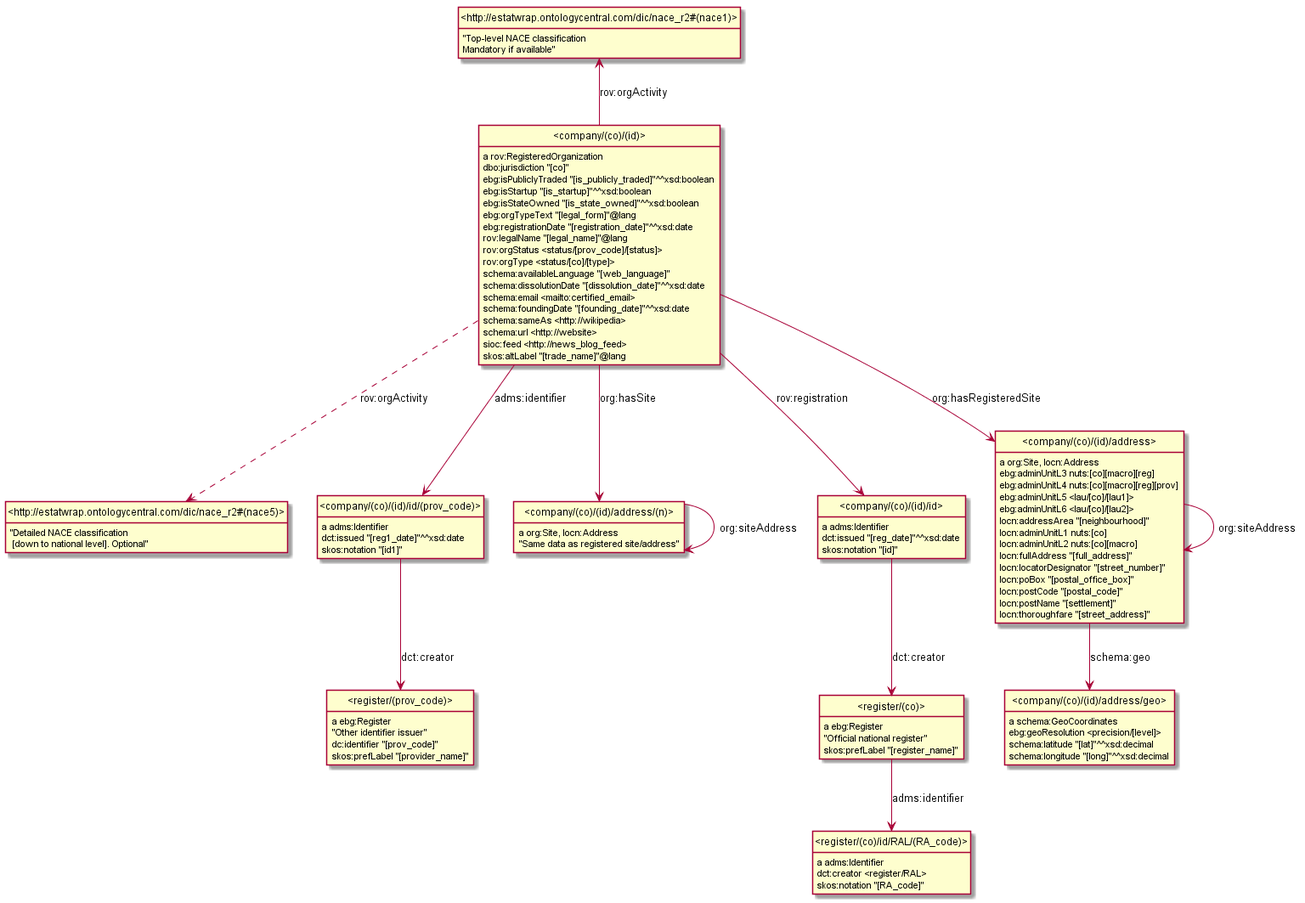
Above: model/company.png in euBusinessGraph/eubg-data (PlantUML), before the change.
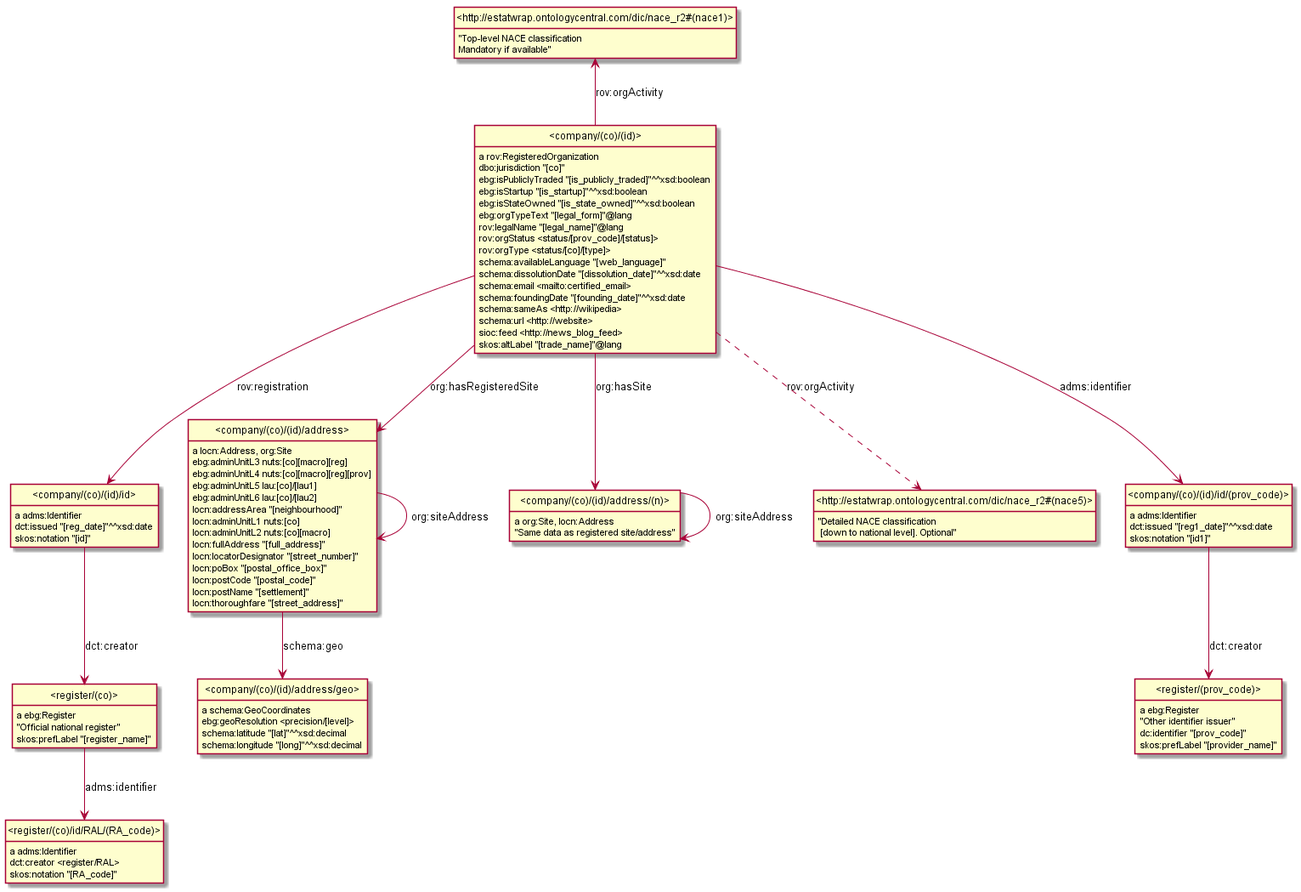
The same file after the commit.

Commit message:
add ebg-ontology.ttl to Makefile, remove ebg:registrationDate (blunder)

Diff of the diagram source:
```diff
@@ -3,26 +3,57 @@
 hide empty attributes
 hide circle
 skinparam classAttributeIconSize 0
+class _company_co_id_id_ as "<company/(co)/(id)/id>"
+_company_co_id_id_ : a adms:Identifier
+class _register_co_ as "<register/(co)>"
+_company_co_id_id_ --> _register_co_ : dct:creator
+_company_co_id_id_ : dct:issued "[reg_date]"^^xsd:date
+_company_co_id_id_ : skos:notation "[id]"
+class _register_prov_code_ as "<register/(prov_code)>"
+_register_prov_code_ : a ebg:Register
+_register_prov_code_ :  "Other identifier issuer"
+_register_prov_code_ : dc:identifier "[prov_code]"
+_register_prov_code_ : skos:prefLabel "[provider_name]"
+_register_co_ : a ebg:Register
+class _register_co_id_RAL_RA_code_ as "<register/(co)/id/RAL/(RA_code)>"
+_register_co_ --> _register_co_id_RAL_RA_code_ : adms:identifier
+_register_co_ :  "Official national register"
+_register_co_ : skos:prefLabel "[register_name]"
+class _company_co_id_address_ as "<company/(co)/(id)/address>"
+_company_co_id_address_ : a locn:Address, org:Site
+class _company_co_id_address_geo_ as "<company/(co)/(id)/address/geo>"
+_company_co_id_address_ --> _company_co_id_address_geo_ : schema:geo
+_company_co_id_address_ --> _company_co_id_address_ : org:siteAddress
+_company_co_id_address_ : ebg:adminUnitL3 nuts:[co][macro][reg]
+_company_co_id_address_ : ebg:adminUnitL4 nuts:[co][macro][reg][prov]
+_company_co_id_address_ : ebg:adminUnitL5 lau:[co]/[lau1]
+_company_co_id_address_ : ebg:adminUnitL6 lau:[co]/[lau2]
+_company_co_id_address_ : locn:addressArea "[neighbourhood]"
+_company_co_id_address_ : locn:adminUnitL1 nuts:[co]
+_company_co_id_address_ : locn:adminUnitL2 nuts:[co][macro]
+_company_co_id_address_ : locn:fullAddress "[full_address]"
+_company_co_id_address_ : locn:locatorDesignator "[street_number]"
+_company_co_id_address_ : locn:poBox "[postal_office_box]"
+_company_co_id_address_ : locn:postCode "[postal_code]"
+_company_co_id_address_ : locn:postName "[settlement]"
+_company_co_id_address_ : locn:thoroughfare "[street_address]"
 class _company_co_id_ as "<company/(co)/(id)>"
 _company_co_id_ : a rov:RegisteredOrganization
+_company_co_id_ --> _company_co_id_id_ : rov:registration
+class _company_co_id_address_n_ as "<company/(co)/(id)/address/(n)>"
+_company_co_id_ --> _company_co_id_address_n_ : org:hasSite
+_company_co_id_ --> _company_co_id_address_ : org:hasRegisteredSite
+class _http_estatwrap_ontologycentral_com_dic_nace_r2_nace1_ as "<http://estatwrap.ontologycentral.com/dic/nace_r2#(nace1)>"
+_company_co_id_ -up-> _http_estatwrap_ontologycentral_com_dic_nace_r2_nace1_ : rov:orgActivity
 class _http_estatwrap_ontologycentral_com_dic_nace_r2_nace5_ as "<http://estatwrap.ontologycentral.com/dic/nace_r2#(nace5)>"
 _company_co_id_ ..> _http_estatwrap_ontologycentral_com_dic_nace_r2_nace5_ : rov:orgActivity
 class _company_co_id_id_prov_code_ as "<company/(co)/(id)/id/(prov_code)>"
 _company_co_id_ --> _company_co_id_id_prov_code_ : adms:identifier
-class _http_estatwrap_ontologycentral_com_dic_nace_r2_nace1_ as "<http://estatwrap.ontologycentral.com/dic/nace_r2#(nace1)>"
-_company_co_id_ -up-> _http_estatwrap_ontologycentral_com_dic_nace_r2_nace1_ : rov:orgActivity
-class _company_co_id_address_n_ as "<company/(co)/(id)/address/(n)>"
-_company_co_id_ --> _company_co_id_address_n_ : org:hasSite
-class _company_co_id_id_ as "<company/(co)/(id)/id>"
-_company_co_id_ --> _company_co_id_id_ : rov:registration
-class _company_co_id_address_ as "<company/(co)/(id)/address>"
-_company_co_id_ --> _company_co_id_address_ : org:hasRegisteredSite
 _company_co_id_ : dbo:jurisdiction "[co]"
 _company_co_id_ : ebg:isPubliclyTraded "[is_publicly_traded]"^^xsd:boolean
 _company_co_id_ : ebg:isStartup "[is_startup]"^^xsd:boolean
 _company_co_id_ : ebg:isStateOwned "[is_state_owned]"^^xsd:boolean
 _company_co_id_ : ebg:orgTypeText "[legal_form]"@lang
-_company_co_id_ : ebg:registrationDate "[registration_date]"^^xsd:date
 _company_co_id_ : rov:legalName "[legal_name]"@lang
 _company_co_id_ : rov:orgStatus <status/[prov_code]/[status]>
 _company_co_id_ : rov:orgType <status/[co]/[type]>
@@ -37,49 +68,17 @@
 _company_co_id_address_n_ : a org:Site, locn:Address
 _company_co_id_address_n_ --> _company_co_id_address_n_ : org:siteAddress
 _company_co_id_address_n_ :  "Same data as registered site/address"
-class _company_co_id_address_geo_ as "<company/(co)/(id)/address/geo>"
+_http_estatwrap_ontologycentral_com_dic_nace_r2_nace1_ :  "Top-level NACE classification\nMandatory if available"
+_http_estatwrap_ontologycentral_com_dic_nace_r2_nace5_ :  "Detailed NACE classification\n [down to national level]. Optional"
+_register_co_id_RAL_RA_code_ : a adms:Identifier
+_register_co_id_RAL_RA_code_ : dct:creator <register/RAL>
+_register_co_id_RAL_RA_code_ : skos:notation "[RA_code]"
+_company_co_id_id_prov_code_ : a adms:Identifier
+_company_co_id_id_prov_code_ --> _register_prov_code_ : dct:creator
+_company_co_id_id_prov_code_ : dct:issued "[reg1_date]"^^xsd:date
+_company_co_id_id_prov_code_ : skos:notation "[id1]"
 _company_co_id_address_geo_ : a schema:GeoCoordinates
 _company_co_id_address_geo_ : ebg:geoResolution <precision/[level]>
 _company_co_id_address_geo_ : schema:latitude "[lat]"^^xsd:decimal
 _company_co_id_address_geo_ : schema:longitude "[long]"^^xsd:decimal
-class _register_co_ as "<register/(co)>"
-_register_co_ : a ebg:Register
-class _register_co_id_RAL_RA_code_ as "<register/(co)/id/RAL/(RA_code)>"
-_register_co_ --> _register_co_id_RAL_RA_code_ : adms:identifier
-_register_co_ :  "Official national register"
-_register_co_ : skos:prefLabel "[register_name]"
-_company_co_id_address_ : a org:Site, locn:Address
-_company_co_id_address_ --> _company_co_id_address_ : org:siteAddress
-_company_co_id_address_ --> _company_co_id_address_geo_ : schema:geo
-_company_co_id_address_ : ebg:adminUnitL3 nuts:[co][macro][reg]
-_company_co_id_address_ : ebg:adminUnitL4 nuts:[co][macro][reg][prov]
-_company_co_id_address_ : ebg:adminUnitL5 <lau/[co]/[lau1]>
-_company_co_id_address_ : ebg:adminUnitL6 <lau/[co]/[lau2]>
-_company_co_id_address_ : locn:addressArea "[neighbourhood]"
-_company_co_id_address_ : locn:adminUnitL1 nuts:[co]
-_company_co_id_address_ : locn:adminUnitL2 nuts:[co][macro]
-_company_co_id_address_ : locn:fullAddress "[full_address]"
-_company_co_id_address_ : locn:locatorDesignator "[street_number]"
-_company_co_id_address_ : locn:poBox "[postal_office_box]"
-_company_co_id_address_ : locn:postCode "[postal_code]"
-_company_co_id_address_ : locn:postName "[settlement]"
-_company_co_id_address_ : locn:thoroughfare "[street_address]"
-class _register_prov_code_ as "<register/(prov_code)>"
-_register_prov_code_ : a ebg:Register
-_register_prov_code_ :  "Other identifier issuer"
-_register_prov_code_ : dc:identifier "[prov_code]"
-_register_prov_code_ : skos:prefLabel "[provider_name]"
-_company_co_id_id_prov_code_ : a adms:Identifier
-_company_co_id_id_prov_code_ --> _register_prov_code_ : dct:creator
-_company_co_id_id_prov_code_ : dct:issued "[reg1_date]"^^xsd:date
-_company_co_id_id_prov_code_ : skos:notation "[id1]"
-_http_estatwrap_ontologycentral_com_dic_nace_r2_nace5_ :  "Detailed NACE classification\n [down to national level]. Optional"
-_company_co_id_id_ : a adms:Identifier
-_company_co_id_id_ --> _register_co_ : dct:creator
-_company_co_id_id_ : dct:issued "[reg_date]"^^xsd:date
-_company_co_id_id_ : skos:notation "[id]"
-_http_estatwrap_ontologycentral_com_dic_nace_r2_nace1_ :  "Top-level NACE classification\nMandatory if available"
-_register_co_id_RAL_RA_code_ : a adms:Identifier
-_register_co_id_RAL_RA_code_ : dct:creator <register/RAL>
-_register_co_id_RAL_RA_code_ : skos:notation "[RA_code]"
 @enduml
```
